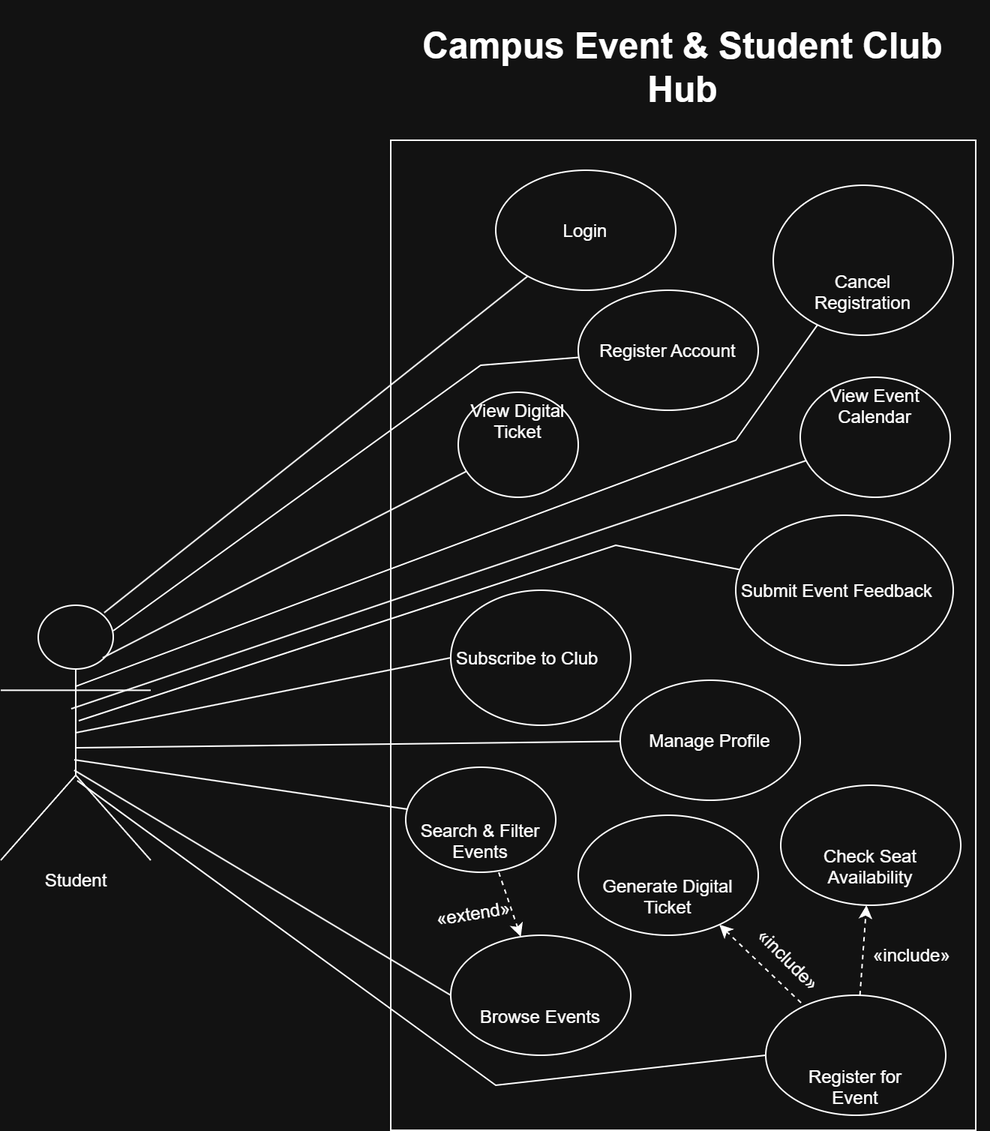
Ahmed-Amr-1/Campus-Event-Project keeps this draw.io diagram as docs/Student_Use_Case.drawio.png. Above is the earlier version. Source tidied: cells renumbered, new cells last; positions are measured from the earlier drawing's top-left corner, leaving out a move shared by most shapes.
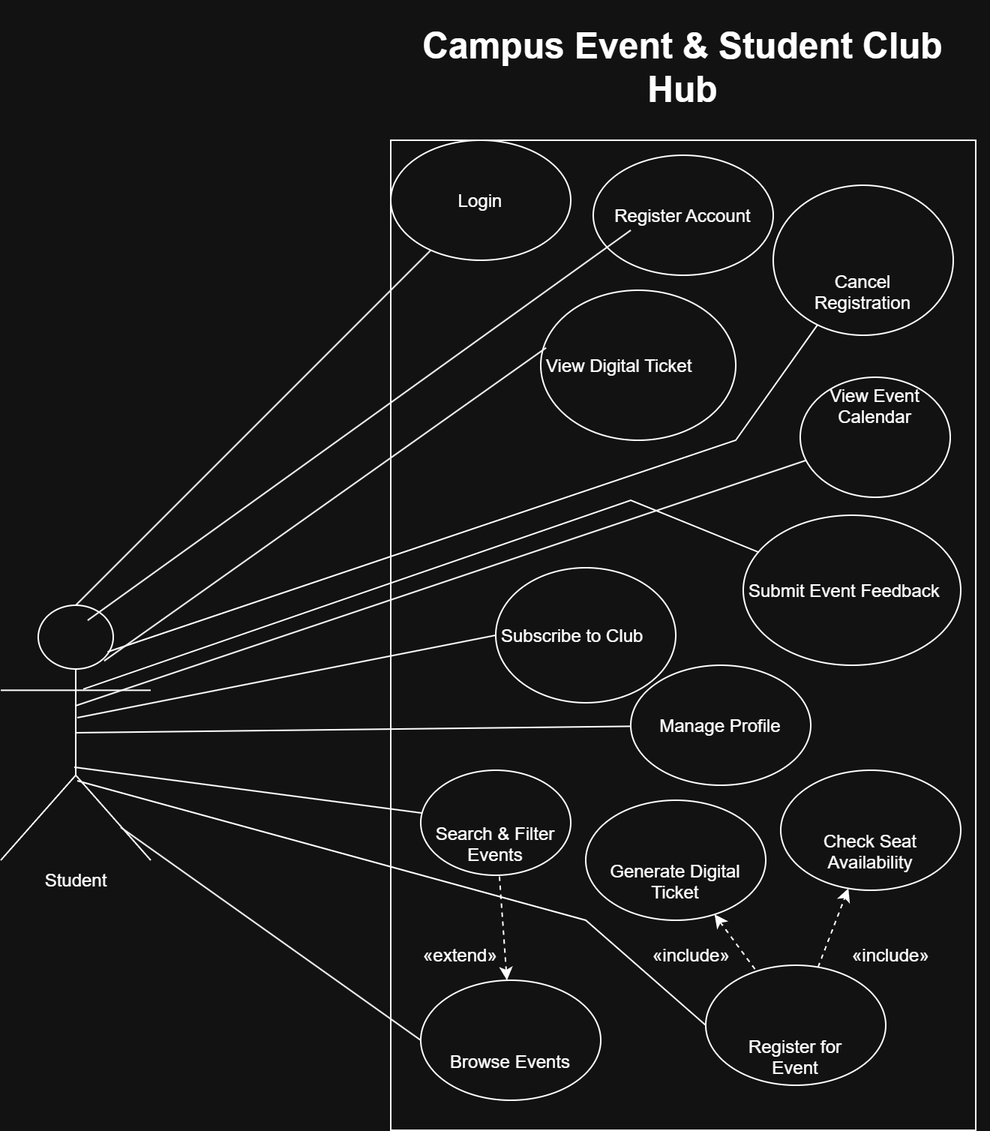
Later version of the same file.

Commit message:
Add Student Use Case Descriptions

Change to the diagram source:
```diff
@@ -9,78 +9,76 @@
       <mxGeometry x="260" width="390" height="660" as="geometry" />
     </mxCell>
     <mxCell id="4" value="Register Account" style="ellipse;whiteSpace=wrap;html=1;shapeInside=1;labelPosition=center;verticalLabelPosition=middle;align=center;verticalAlign=middle;rounded=0;" parent="1" vertex="1">
-      <mxGeometry x="385" y="100" width="120" height="80" as="geometry" />
+      <mxGeometry x="395" y="10" width="120" height="80" as="geometry" />
     </mxCell>
     <mxCell id="5" style="edgeStyle=orthogonalEdgeStyle;rounded=0;orthogonalLoop=1;jettySize=auto;html=1;innerLoopWaypoints=1;exitX=1;exitY=0;exitDx=0;exitDy=0;entryX=1;entryY=0;entryDx=0;entryDy=0;" parent="1" edge="1" source="3" target="3">
       <mxGeometry relative="1" as="geometry" />
     </mxCell>
-    <mxCell id="6" style="endArrow=none;html=1;rounded=0;exitX=0.75;exitY=0.1;exitDx=0;exitDy=0;exitPerimeter=0;" parent="1" edge="1" source="2" target="4">
-      <mxGeometry x="0.09" relative="1" as="geometry">
-        <Array as="points">
-          <mxPoint x="320" y="150" />
-        </Array>
+    <mxCell id="6" style="endArrow=none;html=1;rounded=0;exitX=0.58;exitY=0.059;exitDx=0;exitDy=0;exitPerimeter=0;" parent="1" edge="1" source="2">
+      <mxGeometry relative="1" as="geometry">
+        <mxPoint x="420" y="60" as="targetPoint" />
       </mxGeometry>
     </mxCell>
-    <mxCell id="7" style="endArrow=none;html=1;rounded=0;exitX=0.5;exitY=0.559;exitDx=0;exitDy=0;exitPerimeter=0;" parent="1" edge="1" source="2" target="23">
+    <mxCell id="7" style="endArrow=none;html=1;rounded=0;exitX=0.5;exitY=0.5;exitDx=0;exitDy=0;exitPerimeter=0;" parent="1" edge="1" source="2" target="23">
       <mxGeometry relative="1" as="geometry" />
     </mxCell>
-    <mxCell id="8" style="endArrow=none;html=1;rounded=0;exitX=0.69;exitY=0.029;exitDx=0;exitDy=0;exitPerimeter=0;" parent="1" edge="1" source="2" target="19">
+    <mxCell id="8" style="endArrow=none;html=1;rounded=0;exitX=0.5;exitY=0;exitDx=0;exitDy=0;exitPerimeter=0;" parent="1" edge="1" source="2" target="19">
       <mxGeometry relative="1" as="geometry" />
     </mxCell>
     <mxCell id="9" style="endArrow=none;html=1;rounded=0;entryX=0;entryY=0.5;entryDx=0;entryDy=0;exitX=0.51;exitY=0.688;exitDx=0;exitDy=0;exitPerimeter=0;" parent="1" edge="1" source="2" target="22">
       <mxGeometry relative="1" as="geometry">
         <Array as="points">
-          <mxPoint x="330" y="630" />
+          <mxPoint x="390" y="520" />
         </Array>
       </mxGeometry>
     </mxCell>
     <mxCell id="10" value="&lt;br&gt;&lt;table&gt;&lt;tbody&gt;&lt;tr&gt;&lt;td&gt;View Digital Ticket&lt;/td&gt;&lt;/tr&gt;&lt;/tbody&gt;&lt;/table&gt;&lt;table&gt;&lt;tbody&gt;&lt;tr&gt;&lt;td&gt;&lt;/td&gt;&lt;/tr&gt;&lt;/tbody&gt;&lt;/table&gt;&lt;br&gt;&lt;div&gt;&lt;br&gt;&lt;/div&gt;" style="ellipse;whiteSpace=wrap;html=1;shapeInside=1;labelPosition=center;verticalLabelPosition=middle;align=center;verticalAlign=middle;" parent="1" vertex="1">
-      <mxGeometry x="305" y="168" width="80" height="70" as="geometry" />
+      <mxGeometry x="360" y="100" width="130" height="100" as="geometry" />
     </mxCell>
     <mxCell id="11" value="&#10;Cancel Registration&#10;&#10;" style="ellipse;whiteSpace=wrap;html=1;shapeInside=1;labelPosition=center;verticalLabelPosition=middle;align=center;verticalAlign=middle;" parent="1" vertex="1">
       <mxGeometry x="515" y="30" width="120" height="100" as="geometry" />
     </mxCell>
     <mxCell id="12" value="&lt;br&gt;&lt;table&gt;&lt;tbody&gt;&lt;tr&gt;&lt;td&gt;Subscribe to Club&lt;/td&gt;&lt;/tr&gt;&lt;/tbody&gt;&lt;/table&gt;&lt;table&gt;&lt;tbody&gt;&lt;tr&gt;&lt;td&gt;&lt;/td&gt;&lt;/tr&gt;&lt;/tbody&gt;&lt;/table&gt;&lt;br&gt;&lt;div&gt;&lt;br/&gt;&lt;/div&gt;" style="ellipse;whiteSpace=wrap;html=1;shapeInside=1;fontStyle=0;" parent="1" vertex="1">
-      <mxGeometry x="300" y="300" width="120" height="90" as="geometry" />
+      <mxGeometry x="330" y="285" width="120" height="90" as="geometry" />
     </mxCell>
-    <mxCell id="13" style="endArrow=none;html=1;rounded=0;exitX=0.68;exitY=0.206;exitDx=0;exitDy=0;exitPerimeter=0;" parent="1" edge="1" source="2" target="10">
+    <mxCell id="13" style="endArrow=none;html=1;rounded=0;exitX=0.69;exitY=0.218;exitDx=0;exitDy=0;exitPerimeter=0;entryX=0.027;entryY=0.384;entryDx=0;entryDy=0;entryPerimeter=0;" parent="1" edge="1" source="2" target="10">
       <mxGeometry relative="1" as="geometry" />
     </mxCell>
-    <mxCell id="14" style="endArrow=none;html=1;rounded=0;exitX=0.5;exitY=0.5;exitDx=0;exitDy=0;exitPerimeter=0;entryX=0;entryY=0.5;entryDx=0;entryDy=0;" parent="1" edge="1" source="2" target="12">
+    <mxCell id="14" style="endArrow=none;html=1;rounded=0;exitX=0.51;exitY=0.441;exitDx=0;exitDy=0;exitPerimeter=0;entryX=0;entryY=0.5;entryDx=0;entryDy=0;" parent="1" edge="1" source="2" target="12">
       <mxGeometry relative="1" as="geometry" />
     </mxCell>
     <mxCell id="15" value="&lt;br&gt;&lt;table&gt;&lt;tbody&gt;&lt;tr&gt;&lt;td&gt;Submit Event Feedback&lt;/td&gt;&lt;/tr&gt;&lt;/tbody&gt;&lt;/table&gt;&lt;table&gt;&lt;tbody&gt;&lt;tr&gt;&lt;td&gt;&lt;/td&gt;&lt;/tr&gt;&lt;/tbody&gt;&lt;/table&gt;&lt;br&gt;&lt;div&gt;&lt;br/&gt;&lt;/div&gt;" style="ellipse;whiteSpace=wrap;html=1;shapeInside=1;" parent="1" vertex="1">
-      <mxGeometry x="490" y="250" width="145" height="100" as="geometry" />
+      <mxGeometry x="495" y="250" width="145" height="100" as="geometry" />
     </mxCell>
     <mxCell id="16" value="&#10;&lt;table&gt;&lt;tbody&gt;&lt;tr&gt;&lt;td&gt;View Event Calendar&lt;/td&gt;&lt;/tr&gt;&lt;/tbody&gt;&lt;/table&gt;&lt;table&gt;&lt;tbody&gt;&lt;tr&gt;&lt;td&gt;&lt;/td&gt;&lt;/tr&gt;&lt;/tbody&gt;&lt;/table&gt;&#10;&#10;" style="ellipse;whiteSpace=wrap;html=1;shapeInside=1;" parent="1" vertex="1">
       <mxGeometry x="533" y="158" width="100" height="80" as="geometry" />
     </mxCell>
-    <mxCell id="17" style="endArrow=none;html=1;rounded=0;exitX=0.52;exitY=0.453;exitDx=0;exitDy=0;exitPerimeter=0;" parent="1" edge="1" source="2" target="15">
+    <mxCell id="17" style="endArrow=none;html=1;rounded=0;exitX=0.55;exitY=0.329;exitDx=0;exitDy=0;exitPerimeter=0;" parent="1" edge="1" source="2" target="15">
       <mxGeometry relative="1" as="geometry">
         <Array as="points">
-          <mxPoint x="410" y="270" />
+          <mxPoint x="420" y="240" />
         </Array>
       </mxGeometry>
     </mxCell>
-    <mxCell id="18" style="endArrow=none;html=1;rounded=0;exitX=0.47;exitY=0.406;exitDx=0;exitDy=0;exitPerimeter=0;" parent="1" edge="1" source="2" target="16">
+    <mxCell id="18" style="endArrow=none;html=1;rounded=0;exitX=0.5;exitY=0.394;exitDx=0;exitDy=0;exitPerimeter=0;" parent="1" edge="1" source="2" target="16">
       <mxGeometry relative="1" as="geometry" />
     </mxCell>
     <mxCell id="19" value="Login" style="ellipse;whiteSpace=wrap;html=1;shapeInside=1;labelPosition=center;verticalLabelPosition=middle;align=center;verticalAlign=middle;rounded=0;" parent="1" vertex="1">
-      <mxGeometry x="330" y="20" width="120" height="80" as="geometry" />
+      <mxGeometry x="260" width="120" height="80" as="geometry" />
     </mxCell>
-    <mxCell id="20" style="endArrow=none;html=1;rounded=0;exitX=0.49;exitY=0.647;exitDx=0;exitDy=0;exitPerimeter=0;entryX=0;entryY=0.5;entryDx=0;entryDy=0;" parent="1" edge="1" source="2" target="21">
+    <mxCell id="20" style="endArrow=none;html=1;rounded=0;exitX=0.8;exitY=0.871;exitDx=0;exitDy=0;exitPerimeter=0;entryX=0;entryY=0.5;entryDx=0;entryDy=0;" parent="1" edge="1" source="2" target="21">
       <mxGeometry relative="1" as="geometry" />
     </mxCell>
     <mxCell id="21" value="&#10;Browse Events&#10;&#10;" style="ellipse;whiteSpace=wrap;html=1;shapeInside=1;" parent="1" vertex="1">
-      <mxGeometry x="300" y="530" width="120" height="80" as="geometry" />
+      <mxGeometry x="280" y="560" width="120" height="80" as="geometry" />
     </mxCell>
     <mxCell id="22" value="&#10;Register for Event&#10;&#10;" style="ellipse;whiteSpace=wrap;html=1;shapeInside=1;" parent="1" vertex="1">
-      <mxGeometry x="510" y="570" width="120" height="80" as="geometry" />
+      <mxGeometry x="470" y="550" width="120" height="80" as="geometry" />
     </mxCell>
     <mxCell id="23" value="Manage Profile" style="ellipse;whiteSpace=wrap;html=1;shapeInside=1;labelPosition=center;verticalLabelPosition=middle;align=center;verticalAlign=middle;rounded=0;" parent="1" vertex="1">
-      <mxGeometry x="413" y="360" width="120" height="80" as="geometry" />
+      <mxGeometry x="420" y="350" width="120" height="80" as="geometry" />
     </mxCell>
-    <mxCell id="24" style="endArrow=none;html=1;rounded=0;exitX=0.5;exitY=0.318;exitDx=0;exitDy=0;exitPerimeter=0;" parent="1" edge="1" source="2" target="11">
+    <mxCell id="24" style="endArrow=none;html=1;rounded=0;exitX=0.712;exitY=0.183;exitDx=0;exitDy=0;exitPerimeter=0;" parent="1" edge="1" source="2" target="11">
       <mxGeometry relative="1" as="geometry">
         <Array as="points">
           <mxPoint x="490" y="200" />
@@ -88,33 +86,33 @@
       </mxGeometry>
     </mxCell>
     <mxCell id="25" value="&#10;Check Seat Availability&#10;&#10;" style="ellipse;whiteSpace=wrap;html=1;shapeInside=1;" parent="1" vertex="1">
-      <mxGeometry x="520" y="430" width="120" height="80" as="geometry" />
+      <mxGeometry x="520" y="420" width="120" height="80" as="geometry" />
     </mxCell>
     <mxCell id="26" style="endArrow=classic;dashed=1;html=1;rounded=0;endFill=1;jumpSize=6;" parent="1" edge="1" source="22" target="25">
       <mxGeometry relative="1" as="geometry" />
     </mxCell>
     <mxCell id="27" value="«include»" style="text;whiteSpace=wrap;html=1;" parent="1" vertex="1">
-      <mxGeometry x="580" y="530" width="60" height="40" as="geometry" />
+      <mxGeometry x="566" y="530" width="60" height="40" as="geometry" />
     </mxCell>
     <mxCell id="28" value="&#10;Generate Digital Ticket&#10;&#10;" style="ellipse;whiteSpace=wrap;html=1;shapeInside=1;" parent="1" vertex="1">
-      <mxGeometry x="385" y="450" width="120" height="80" as="geometry" />
+      <mxGeometry x="390" y="440" width="120" height="80" as="geometry" />
     </mxCell>
     <mxCell id="29" style="endArrow=none;dashed=1;html=1;rounded=0;endFill=0;startArrow=classic;startFill=1;" parent="1" edge="1" source="28" target="22">
       <mxGeometry relative="1" as="geometry" />
     </mxCell>
-    <mxCell id="30" value="«include»" style="text;whiteSpace=wrap;html=1;rotation=45;" parent="1" vertex="1">
-      <mxGeometry x="490" y="540" width="80" height="40" as="geometry" />
+    <mxCell id="30" value="«include»" style="text;whiteSpace=wrap;html=1;" parent="1" vertex="1">
+      <mxGeometry x="433" y="530" width="80" height="40" as="geometry" />
     </mxCell>
     <mxCell id="31" value="&#10;Search &amp;amp; Filter Events&#10;&#10;" style="ellipse;whiteSpace=wrap;html=1;shapeInside=1;" parent="1" vertex="1">
-      <mxGeometry x="270" y="418" width="100" height="70" as="geometry" />
+      <mxGeometry x="280" y="420" width="100" height="70" as="geometry" />
     </mxCell>
     <mxCell id="32" style="endArrow=none;dashed=1;html=1;rounded=0;startArrow=classic;startFill=1;" parent="1" edge="1" source="21" target="31">
       <mxGeometry relative="1" as="geometry" />
     </mxCell>
-    <mxCell id="33" value="«extend»" style="text;whiteSpace=wrap;html=1;rotation=-9;" parent="1" vertex="1">
-      <mxGeometry x="290" y="500" width="80" height="40" as="geometry" />
+    <mxCell id="33" value="«extend»" style="text;whiteSpace=wrap;html=1;" parent="1" vertex="1">
+      <mxGeometry x="280" y="530" width="80" height="40" as="geometry" />
     </mxCell>
-    <mxCell id="34" style="endArrow=none;html=1;rounded=0;exitX=0.49;exitY=0.606;exitDx=0;exitDy=0;exitPerimeter=0;" parent="1" edge="1" source="2" target="31">
+    <mxCell id="34" style="endArrow=none;html=1;rounded=0;exitX=0.49;exitY=0.635;exitDx=0;exitDy=0;exitPerimeter=0;" parent="1" edge="1" source="2" target="31">
       <mxGeometry relative="1" as="geometry" />
     </mxCell>
   </root>
```
